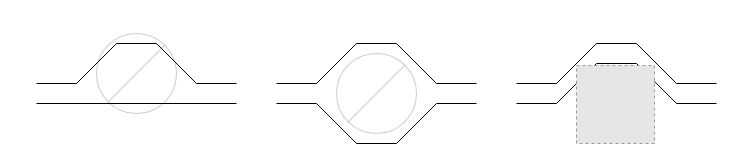
The draw.io diagram Test2.drawio in Dannyracho1/drawIO, before the edit. Source tidied: cells renumbered, new cells numbered last; positions are measured from the earlier drawing's top-left corner, leaving out a move shared by most shapes. Both pictures are drawn from the tidied source at 100%, with x=0, y=0 at pixel (-4, 3). Pictures stored in the file or linked from it are replaced by grey dashed boxes.
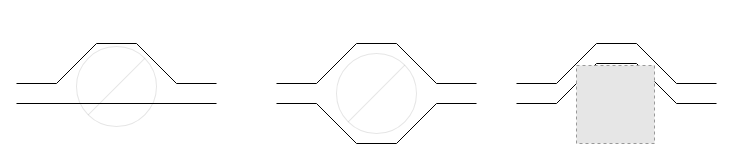
The same page after the edit.

Diff of the diagram source:
```diff
@@
     <mxCell id="2" style="group;" parent="1" vertex="1">
-      <mxGeometry width="280" height="123.1" as="geometry" />
+      <mxGeometry x="-20" width="280" height="123.1" as="geometry" />
     </mxCell>
-    <mxCell id="3" style="shape=lineEllipse;line=vertical;perimeter=ellipsePerimeter;whiteSpace=wrap;html=1;backgroundOutline=1;strokeOpacity=20;rotation=45;" parent="2" vertex="1">
-      <mxGeometry x="100" y="30" width="80" height="80" as="geometry" />
+    <mxCell id="3" style="shape=lineEllipse;line=vertical;perimeter=ellipsePerimeter;whiteSpace=wrap;html=1;backgroundOutline=1;strokeOpacity=10;rotation=45;fillOpacity=100;" parent="2" vertex="1">
+      <mxGeometry x="100" y="43.1" width="80" height="80" as="geometry" />
     </mxCell>
@@
-    <mxCell id="21" style="shape=lineEllipse;line=vertical;perimeter=ellipsePerimeter;whiteSpace=wrap;html=1;backgroundOutline=1;strokeOpacity=20;rotation=45;" parent="1" vertex="1">
+    <mxCell id="21" style="shape=lineEllipse;line=vertical;perimeter=ellipsePerimeter;whiteSpace=wrap;html=1;backgroundOutline=1;strokeOpacity=10;rotation=45;" parent="1" vertex="1">
       <mxGeometry x="340" y="50" width="80" height="80" as="geometry" />
     </mxCell>
```
